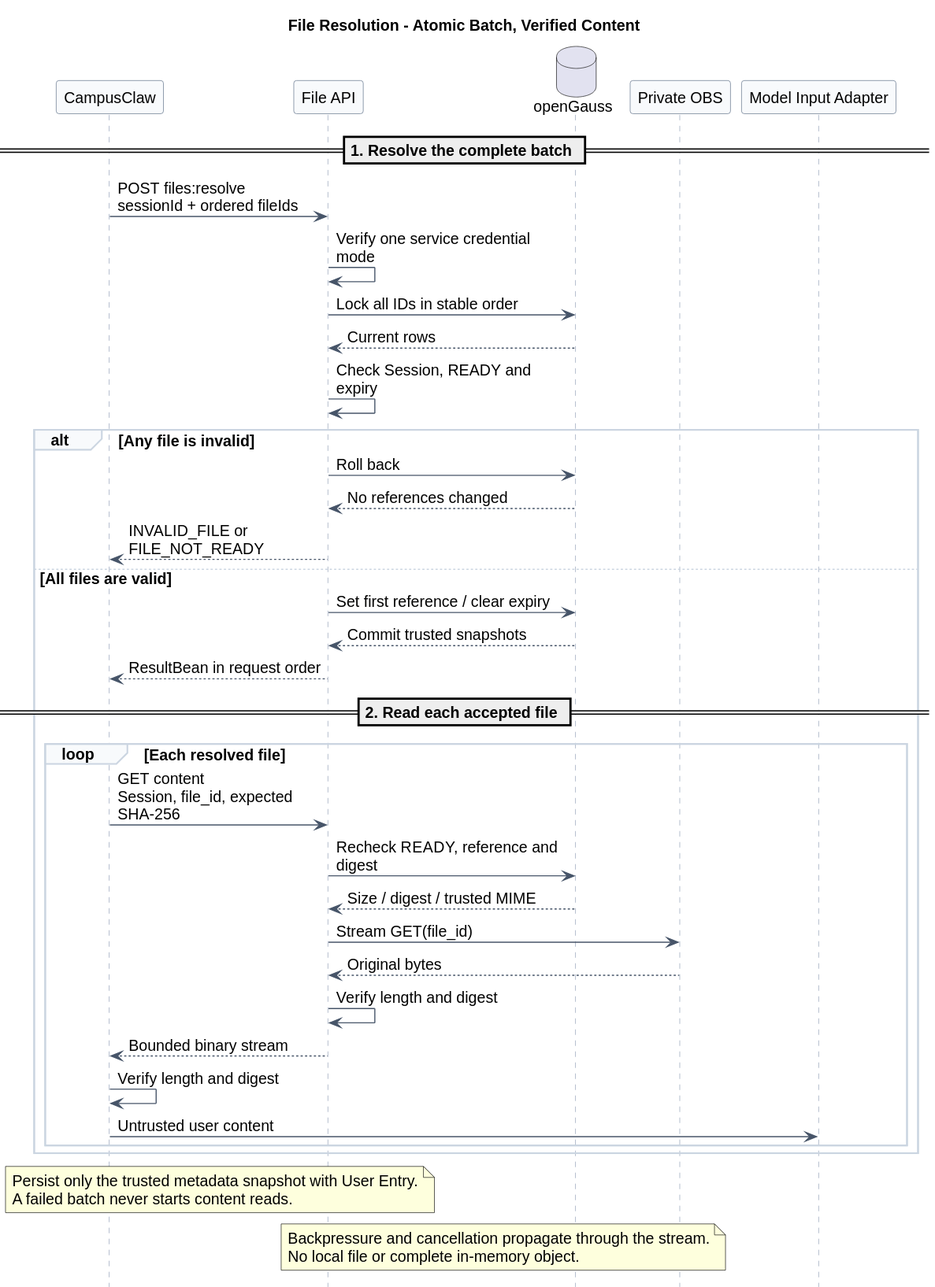
Above: 02-服务与接口/01-CampusMate附件服务/file_cross_pod_resolution_flow.svg in ssm0808/pi-mono-java-design (PlantUML), before the change.
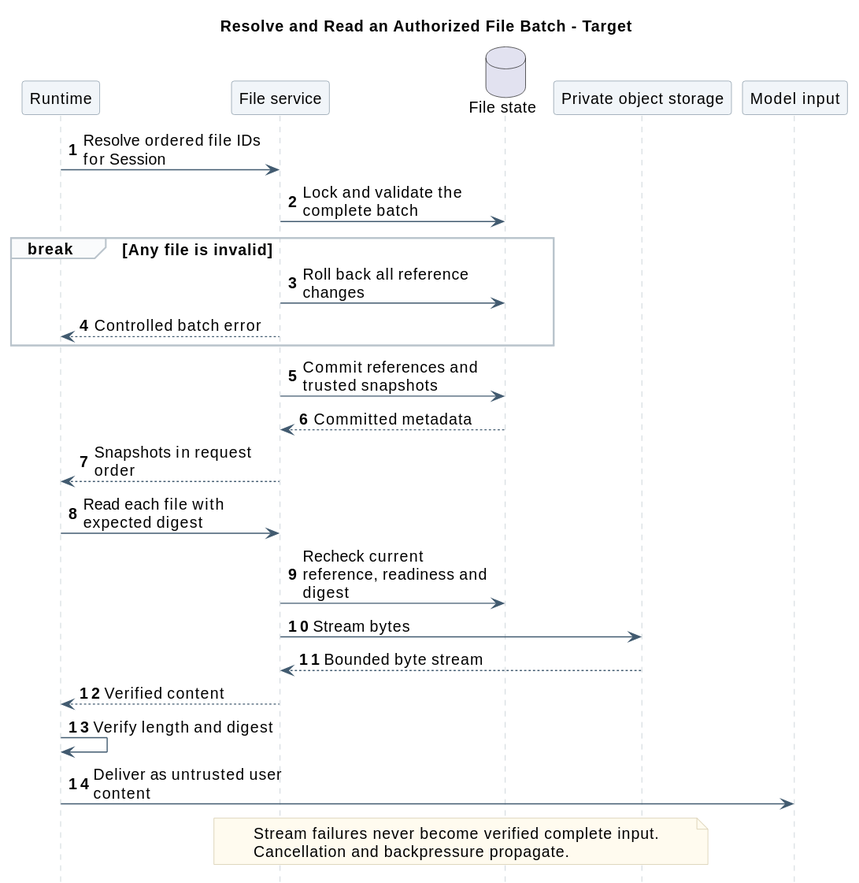
The same diagram one commit later.

Diff of the diagram source:
```diff
@@ -1,62 +1,45 @@
 @startuml
+skinparam backgroundColor white
+skinparam defaultFontName SansSerif
+skinparam defaultFontSize 14
+skinparam shadowing false
+skinparam sequenceMessageAlign left
+skinparam maxMessageSize 180
+skinparam sequenceArrowColor #425B70
+skinparam sequenceLifeLineBorderColor #BAC4CC
+skinparam sequenceParticipantBackgroundColor #F1F5F9
+skinparam sequenceParticipantBorderColor #8496A4
+skinparam sequenceGroupBackgroundColor #FAFBFC
+skinparam sequenceGroupBorderColor #BAC4CC
+skinparam noteBackgroundColor #FFFBEF
+skinparam noteBorderColor #D2C6A5
+hide footbox
+autonumber
 
-skinparam backgroundColor white
-skinparam shadowing false
-skinparam defaultFontName Arial
-skinparam defaultFontSize 14
-skinparam maxMessageSize 210
-skinparam sequenceMessageAlign left
-hide footbox
-skinparam sequence {
-  ArrowColor #475569
-  LifeLineBorderColor #94A3B8
-  ParticipantBorderColor #64748B
-  ParticipantBackgroundColor #F8FAFC
-  GroupBorderColor #CBD5E1
-  GroupBackgroundColor #F8FAFC
-}
-title File Resolution - Atomic Batch, Verified Content
-participant CampusClaw as Runtime
-participant "File API" as API
-database openGauss as DB
-participant "Private OBS" as OBS
-participant "Model Input Adapter" as Model
-
-== 1. Resolve the complete batch ==
-Runtime -> API : POST files:resolve\nsessionId + ordered fileIds
-API -> API : Verify one service credential mode
-API -> DB : Lock all IDs in stable order
-DB --> API : Current rows
-API -> API : Check Session, READY and expiry
-alt Any file is invalid
-  API -> DB : Roll back
-  DB --> API : No references changed
-  API --> Runtime : INVALID_FILE or FILE_NOT_READY
-else All files are valid
-  API -> DB : Set first reference / clear expiry
-  DB --> API : Commit trusted snapshots
-  API --> Runtime : ResultBean in request order
-
-  == 2. Read each accepted file ==
-  loop Each resolved file
-    Runtime -> API : GET content\nSession, file_id, expected SHA-256
-    API -> DB : Recheck READY, reference and digest
-    DB --> API : Size / digest / trusted MIME
-    API -> OBS : Stream GET(file_id)
-    OBS --> API : Original bytes
-    API -> API : Verify length and digest
-    API --> Runtime : Bounded binary stream
-    Runtime -> Runtime : Verify length and digest
-    Runtime -> Model : Untrusted user content
-  end
+title Resolve and Read an Authorized File Batch - Target
+participant Runtime
+participant "File service" as API
+database "File state" as DB
+participant "Private object storage" as OBS
+participant "Model input" as Model
+Runtime -> API : Resolve ordered file IDs for Session
+API -> DB : Lock and validate the complete batch
+break Any file is invalid
+  API -> DB : Roll back all reference changes
+  API --> Runtime : Controlled batch error
 end
-
-note over Runtime,API
-Persist only the trusted metadata snapshot with User Entry.
-A failed batch never starts content reads.
-end note
+API -> DB : Commit references and trusted snapshots
+DB --> API : Committed metadata
+API --> Runtime : Snapshots in request order
+Runtime -> API : Read each file with expected digest
+API -> DB : Recheck current reference, readiness and digest
+API -> OBS : Stream bytes
+OBS --> API : Bounded byte stream
+API --> Runtime : Verified content
+Runtime -> Runtime : Verify length and digest
+Runtime -> Model : Deliver as untrusted user content
 note over API,OBS
-Backpressure and cancellation propagate through the stream.
-No local file or complete in-memory object.
+  Stream failures never become verified complete input.
+  Cancellation and backpressure propagate.
 end note
 @enduml
```
